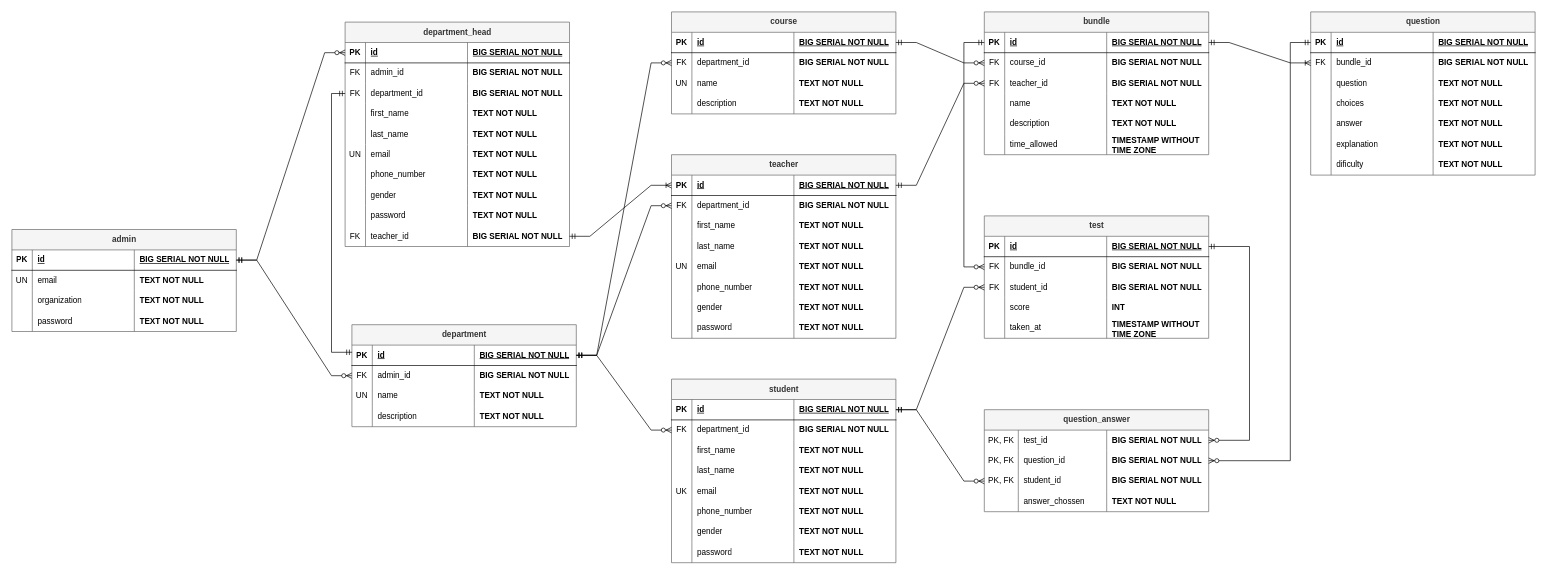
The draw.io diagram images/PREPMASTER.drawio in abel-cosmic/PrepMaster-API, before the edit. Source tidied: cells renumbered, new cells numbered last; positions are measured from the earlier drawing's top-left corner, leaving out a move shared by most shapes. Both pictures are drawn from the tidied source at 68%, with x=0, y=0 at pixel (12, 12).
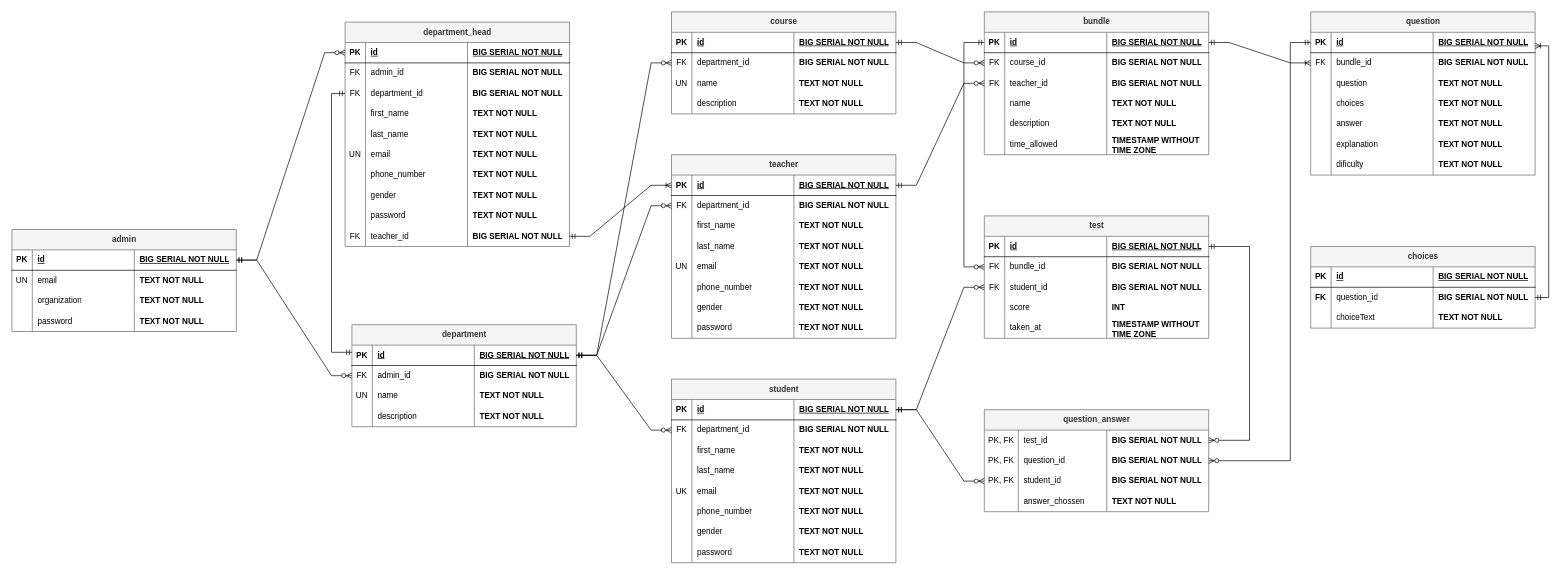
After the change.

Diff of the diagram source:
```diff
@@
+    <mxCell id="267" value="choices" style="shape=table;startSize=30;childLayout=tableLayout;rowLines=0;fontStyle=1;align=center;html=1;fillColor=#f5f5f5;fontColor=#333333;strokeColor=#666666;" parent="1" vertex="1">
+      <mxGeometry x="1910" y="345" width="330" height="120" as="geometry" />
+    </mxCell>
+    <mxCell id="268" style="shape=tableRow;horizontal=0;startSize=0;swimlaneHead=0;swimlaneBody=0;fillColor=none;top=0;left=0;right=0;bottom=1;" parent="267" vertex="1">
+      <mxGeometry y="30" width="330" height="30" as="geometry" />
+    </mxCell>
+    <mxCell id="269" value="PK" style="shape=partialRectangle;fillColor=none;top=0;left=0;bottom=0;right=0;fontStyle=1;overflow=hidden;whiteSpace=wrap;html=1;" parent="268" vertex="1">
+      <mxGeometry width="30" height="30" as="geometry" />
+    </mxCell>
+    <mxCell id="270" value="id" style="shape=partialRectangle;fillColor=none;top=0;left=0;bottom=0;right=0;align=left;spacingLeft=6;fontStyle=5;overflow=hidden;whiteSpace=wrap;html=1;" parent="268" vertex="1">
+      <mxGeometry x="30" width="150" height="30" as="geometry" />
+    </mxCell>
+    <mxCell id="271" value="BIG SERIAL NOT NULL" style="shape=partialRectangle;fillColor=none;top=0;left=0;bottom=0;right=0;align=left;spacingLeft=6;fontStyle=5;overflow=hidden;whiteSpace=wrap;html=1;" parent="268" vertex="1">
+      <mxGeometry x="180" width="150" height="30" as="geometry" />
+    </mxCell>
+    <mxCell id="272" style="shape=tableRow;horizontal=0;startSize=0;swimlaneHead=0;swimlaneBody=0;fillColor=none;points=[[0,0.5],[1,0.5]];portConstraint=eastwest;top=0;left=0;right=0;bottom=0;" parent="267" vertex="1">
+      <mxGeometry y="60" width="330" height="30" as="geometry" />
+    </mxCell>
+    <mxCell id="273" value="&lt;b&gt;FK&lt;/b&gt;" style="shape=partialRectangle;fillColor=none;top=0;left=0;bottom=0;right=0;overflow=hidden;whiteSpace=wrap;html=1;" parent="272" vertex="1">
+      <mxGeometry width="30" height="30" as="geometry" />
+    </mxCell>
+    <mxCell id="274" value="question_id" style="shape=partialRectangle;fillColor=none;top=0;left=0;bottom=0;right=0;align=left;spacingLeft=6;overflow=hidden;whiteSpace=wrap;html=1;" parent="272" vertex="1">
+      <mxGeometry x="30" width="150" height="30" as="geometry" />
+    </mxCell>
+    <mxCell id="275" value="&lt;b style=&quot;border-color: var(--border-color);&quot;&gt;BIG SERIAL NOT NULL&lt;/b&gt;" style="shape=partialRectangle;fillColor=none;top=0;left=0;bottom=0;right=0;align=left;spacingLeft=6;overflow=hidden;whiteSpace=wrap;html=1;" parent="272" vertex="1">
+      <mxGeometry x="180" width="150" height="30" as="geometry" />
+    </mxCell>
+    <mxCell id="276" style="shape=tableRow;horizontal=0;startSize=0;swimlaneHead=0;swimlaneBody=0;fillColor=none;top=0;left=0;right=0;bottom=0;" parent="267" vertex="1">
+      <mxGeometry y="90" width="330" height="30" as="geometry" />
+    </mxCell>
+    <mxCell id="277" style="shape=partialRectangle;fillColor=none;top=0;left=0;bottom=0;right=0;overflow=hidden;whiteSpace=wrap;html=1;" parent="276" vertex="1">
+      <mxGeometry width="30" height="30" as="geometry" />
+    </mxCell>
+    <mxCell id="278" value="choiceText" style="shape=partialRectangle;fillColor=none;top=0;left=0;bottom=0;right=0;align=left;spacingLeft=6;overflow=hidden;whiteSpace=wrap;html=1;" parent="276" vertex="1">
+      <mxGeometry x="30" width="150" height="30" as="geometry" />
+    </mxCell>
+    <mxCell id="279" value="&lt;b&gt;TEXT NOT NULL&lt;/b&gt;" style="shape=partialRectangle;fillColor=none;top=0;left=0;bottom=0;right=0;align=left;spacingLeft=6;overflow=hidden;whiteSpace=wrap;html=1;" parent="276" vertex="1">
+      <mxGeometry x="180" width="150" height="30" as="geometry" />
+    </mxCell>
+    <mxCell id="280" style="edgeStyle=orthogonalEdgeStyle;rounded=0;jettySize=auto;html=1;endArrow=ERmandOne;endFill=0;startArrow=ERoneToMany;startFill=0;entryX=1;entryY=0.5;entryDx=0;entryDy=0;" parent="1" edge="1" target="272">
+      <mxGeometry relative="1" as="geometry">
+        <mxPoint x="2240" y="50" as="sourcePoint" />
+        <Array as="points">
+          <mxPoint x="2240" y="50" />
+          <mxPoint x="2260" y="50" />
+          <mxPoint x="2260" y="420" />
+        </Array>
+      </mxGeometry>
+    </mxCell>
```
